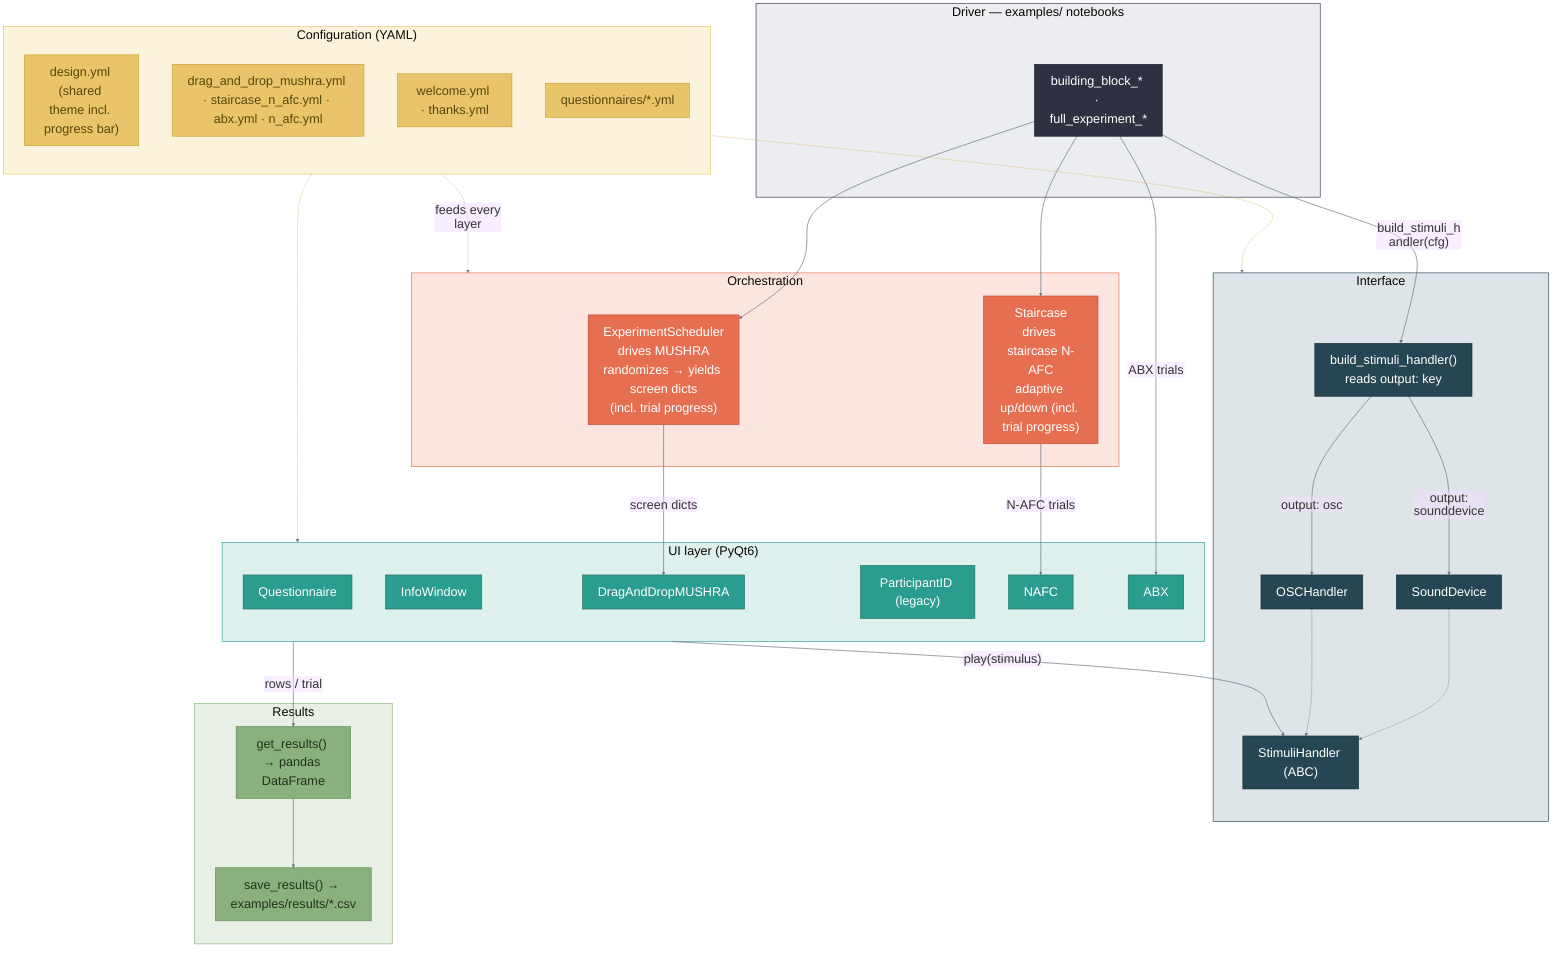
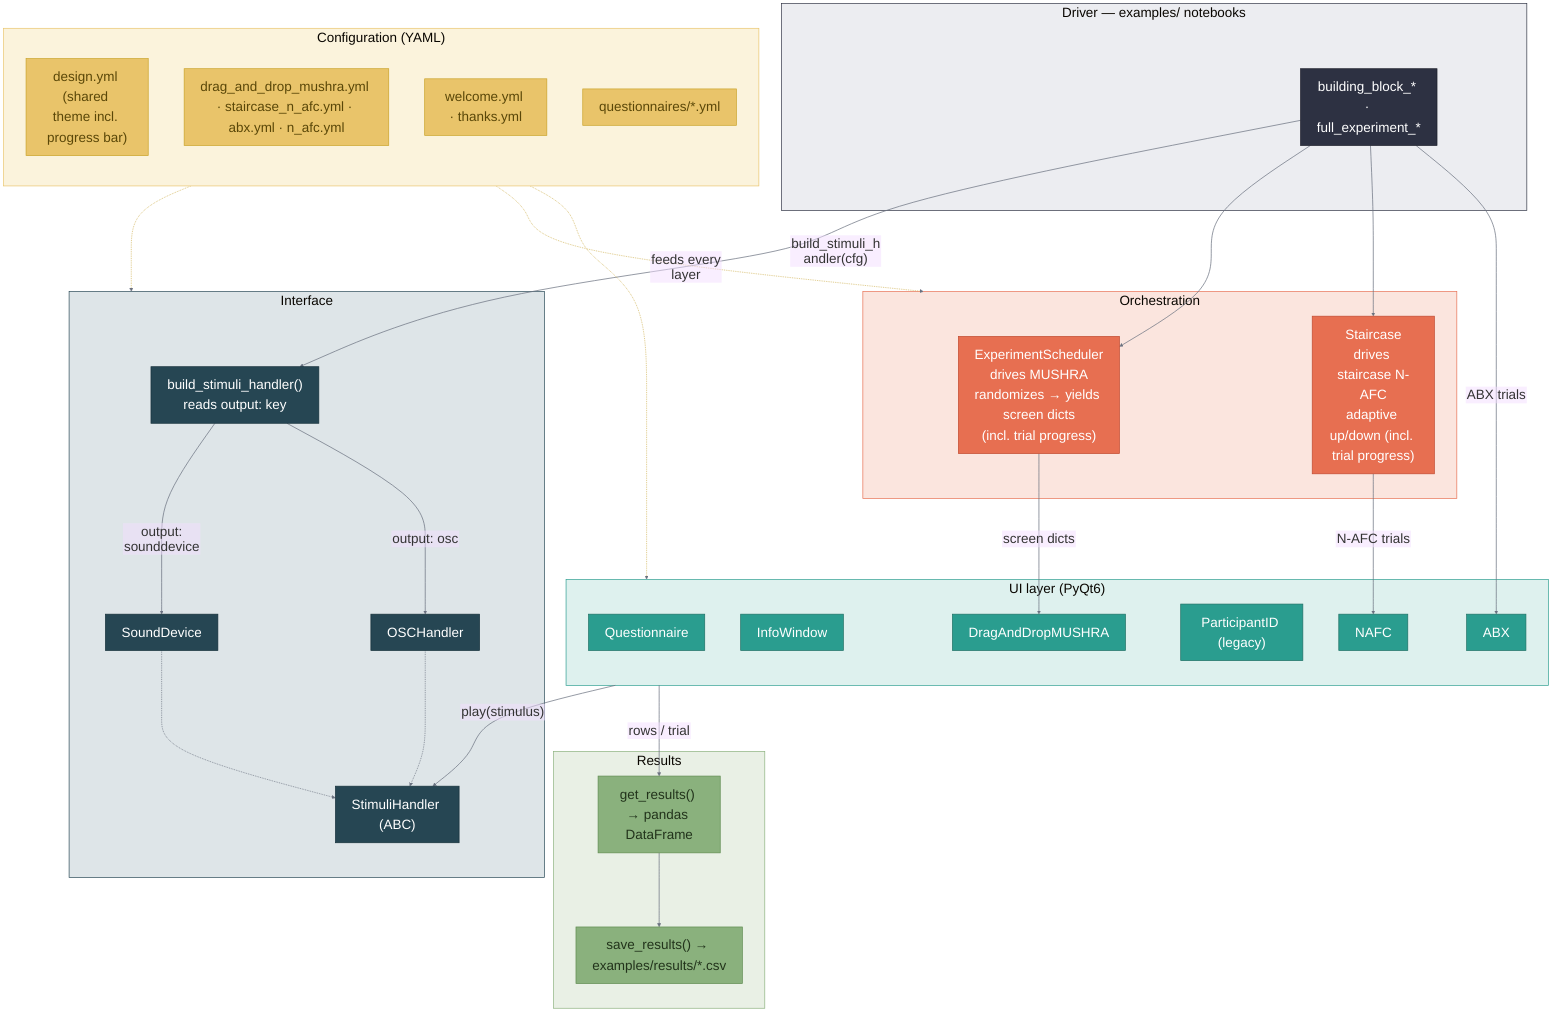
%% whispy architecture — paste into https://mermaid.live to export PNG/SVG
%%{init: {"theme":"base","fontFamily":"Arial","themeVariables":{"fontFamily":"Arial","fontSize":"30px","lineColor":"#6b7280"},"flowchart":{"curve":"basis","nodeSpacing":80,"rankSpacing":110,"padding":18,"htmlLabels":false,"useMaxWidth":true}}}%%

flowchart TB
    subgraph DRV["Driver — examples/ notebooks"]
        NB["building_block_*  ·  full_experiment_*"]
    end

    subgraph CFG["Configuration (YAML)"]
        direction TB
        C1["design.yml (shared theme incl. progress bar)"]
        C2["drag_and_drop_mushra.yml · staircase_n_afc.yml · abx.yml · n_afc.yml"]
        C3["welcome.yml · thanks.yml"]
        C4["questionnaires/*.yml"]
    end

    subgraph ORCH["Orchestration"]
        SCH["ExperimentScheduler<br/>drives MUSHRA<br/>randomizes → yields screen dicts<br/>(incl. trial progress)"]
        STC["Staircase<br/>drives staircase N-AFC<br/>adaptive up/down (incl. trial progress)"]
    end

    subgraph UI["UI layer (PyQt6)"]
        QU["Questionnaire"]
        IN["InfoWindow"]
        MU["DragAndDropMUSHRA"]
        PI["ParticipantID (legacy)"]
        NA["NAFC"]
        AB["ABX"]
    end

    subgraph AUD["Interface"]
        FAC["build_stimuli_handler()<br/>reads output: key"]
        SH["StimuliHandler (ABC)"]
        SD["SoundDevice"]
        OSC["OSCHandler"]
    end

    subgraph RES["Results"]
        GR["get_results() → pandas DataFrame"]
        SR["save_results() → examples/results/*.csv"]
    end


+     NB -->|"build_stimuli_handler(cfg)"| FAC
    NB --> SCH
    NB --> STC
    NB -->|"ABX trials"| AB
+ 
    SCH -->|"screen dicts"| MU
    STC -->|"N-AFC trials"| NA
-     NB -->|"build_stimuli_handler(cfg)"| FAC
    FAC -->|"output: sounddevice"| SD
    FAC -->|"output: osc"| OSC
    SD -.-> SH
    OSC -.-> SH
    UI -->|"play(stimulus)"| SH
    UI -->|"rows / trial"| GR
    GR --> SR

    CFG -.-> AUD
+     CFG -. feeds every layer .-> ORCH
    CFG -.-> UI
-     CFG -. feeds every layer .-> ORCH

    classDef cfg fill:#E9C46A,stroke:#C9A227,stroke-width:1.5px,color:#5a4708;
    classDef orch fill:#E76F51,stroke:#c0492f,stroke-width:1.5px,color:#fff;
    classDef ui fill:#2A9D8F,stroke:#1f6f64,stroke-width:1.5px,color:#fff;
    classDef aud fill:#264653,stroke:#16303a,stroke-width:1.5px,color:#fff;
    classDef res fill:#8AB17D,stroke:#5e8a4f,stroke-width:1.5px,color:#22331b;
    classDef drv fill:#2D3142,stroke:#1b1d28,stroke-width:1.5px,color:#fff;
    class C1,C2,C3,C4 cfg;
    class SCH,STC orch;
    class MU,NA,AB,QU,IN,PI ui;
    class SH,SD,FAC,OSC aud;
    class GR,SR res;
    class NB drv;

    %% soft per-cluster background tints (a light wash of each group's colour)
    style DRV fill:#ECEDF1,stroke:#2D3142,stroke-width:1.5px,color:#2D3142;
    style CFG fill:#FBF3DC,stroke:#E9C46A,stroke-width:1.5px,color:#5a4708;
    style ORCH fill:#FBE5DE,stroke:#E76F51,stroke-width:1.5px,color:#7a2e1c;
    style UI fill:#DEF1EE,stroke:#2A9D8F,stroke-width:1.5px,color:#1f6f64;
    style AUD fill:#DEE5E8,stroke:#264653,stroke-width:1.5px,color:#264653;
    style RES fill:#E9F0E5,stroke:#8AB17D,stroke-width:1.5px,color:#3f5a33;

    %% edges: data flow in grey, the dotted config feeds in soft gold
    linkStyle default stroke:#6b7280,stroke-width:1.6px;
    linkStyle 13,14,15 stroke:#caa83f,stroke-width:1.4px;
